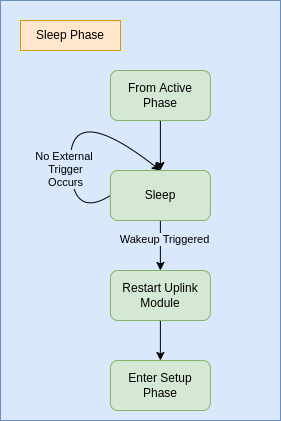
This is Diagrams/FSM/FSM_Sleep.png from albogdan/Thesis, a draw.io export, as it was before one commit. Source tidied: cells renumbered, new cells last; positions are measured from the earlier drawing's top-left corner, leaving out a move shared by most shapes. The source it was exported from:
```xml
<mxGraphModel>
  <root>
    <mxCell id="0" />
    <mxCell id="1" parent="0" />
    <mxCell id="2" style="rounded=0;whiteSpace=wrap;html=1;fillColor=#dae8fc;strokeColor=#6c8ebf;" parent="1" vertex="1">
      <mxGeometry width="280" height="420" as="geometry" />
    </mxCell>
    <mxCell id="3" value="Sleep Phase" style="text;html=1;strokeColor=#d79b00;fillColor=#ffe6cc;align=center;verticalAlign=middle;whiteSpace=wrap;rounded=0;perimeterSpacing=1;" parent="1" vertex="1">
      <mxGeometry x="20" y="20" width="100" height="30" as="geometry" />
    </mxCell>
    <mxCell id="4" style="edgeStyle=orthogonalEdgeStyle;curved=1;rounded=0;jettySize=auto;html=1;entryX=0.5;entryY=0;entryDx=0;entryDy=0;" parent="1" edge="1" source="5" target="11">
      <mxGeometry relative="1" as="geometry" />
    </mxCell>
    <mxCell id="5" value="Restart Uplink Module" style="rounded=1;whiteSpace=wrap;html=1;fillColor=#d5e8d4;strokeColor=#82b366;" parent="1" vertex="1">
      <mxGeometry x="109.9" y="270" width="100" height="50" as="geometry" />
    </mxCell>
    <mxCell id="6" style="endArrow=classic;html=1;rounded=0;curved=1;exitX=0;exitY=0.5;exitDx=0;exitDy=0;entryX=0.5;entryY=0;entryDx=0;entryDy=0;" parent="1" edge="1" source="10" target="10">
      <mxGeometry relative="1" as="geometry">
        <Array as="points">
          <mxPoint x="69.9" y="220" />
          <mxPoint x="69.9" y="100" />
        </Array>
      </mxGeometry>
    </mxCell>
    <mxCell id="7" value="No External &lt;br&gt;Trigger&lt;br&gt;Occurs" style="edgeLabel;html=1;align=center;verticalAlign=middle;labelBackgroundColor=#DAE8FC;" parent="6" vertex="1">
      <mxGeometry x="0.48" y="-8" relative="1" as="geometry">
        <mxPoint x="-33" y="37" as="offset" />
      </mxGeometry>
    </mxCell>
    <mxCell id="8" style="edgeStyle=orthogonalEdgeStyle;curved=1;rounded=0;jettySize=auto;html=1;exitX=0.5;exitY=1;exitDx=0;exitDy=0;entryX=0.5;entryY=0;entryDx=0;entryDy=0;" parent="1" edge="1" source="10" target="5">
      <mxGeometry relative="1" as="geometry" />
    </mxCell>
    <mxCell id="9" value="Wakeup Triggered" style="edgeLabel;html=1;align=center;verticalAlign=middle;points=[];labelBackgroundColor=#DAE8FC;" parent="8" vertex="1">
      <mxGeometry x="-0.25" y="1" relative="1" as="geometry">
        <mxPoint x="2" as="offset" />
      </mxGeometry>
    </mxCell>
    <mxCell id="10" value="Sleep" style="rounded=1;whiteSpace=wrap;html=1;fillColor=#d5e8d4;strokeColor=#82b366;" parent="1" vertex="1">
      <mxGeometry x="109.9" y="170" width="100" height="50" as="geometry" />
    </mxCell>
    <mxCell id="11" value="Enter Setup Phase" style="rounded=1;whiteSpace=wrap;html=1;fillColor=#d5e8d4;strokeColor=#82b366;" parent="1" vertex="1">
      <mxGeometry x="109.9" y="360" width="100" height="50" as="geometry" />
    </mxCell>
    <mxCell id="12" style="edgeStyle=orthogonalEdgeStyle;curved=1;rounded=0;jettySize=auto;html=1;entryX=0.5;entryY=0;entryDx=0;entryDy=0;" parent="1" edge="1" source="13" target="10">
      <mxGeometry relative="1" as="geometry" />
    </mxCell>
    <mxCell id="13" value="From Active Phase" style="rounded=1;whiteSpace=wrap;html=1;fillColor=#d5e8d4;strokeColor=#82b366;" parent="1" vertex="1">
      <mxGeometry x="109.9" y="70" width="100" height="50" as="geometry" />
    </mxCell>
  </root>
</mxGraphModel>
```
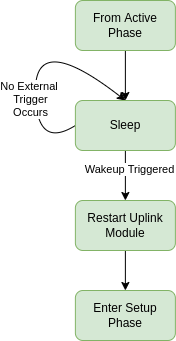
Above is the later version.

Diff of the diagram source:
```diff
@@ -2,50 +2,44 @@
   <root>
     <mxCell id="0" />
     <mxCell id="1" parent="0" />
-    <mxCell id="2" style="rounded=0;whiteSpace=wrap;html=1;fillColor=#dae8fc;strokeColor=#6c8ebf;" parent="1" vertex="1">
-      <mxGeometry width="280" height="420" as="geometry" />
+    <mxCell id="2" style="edgeStyle=orthogonalEdgeStyle;curved=1;rounded=0;jettySize=auto;html=1;entryX=0.5;entryY=0;entryDx=0;entryDy=0;" parent="1" edge="1" source="3" target="9">
+      <mxGeometry relative="1" as="geometry" />
     </mxCell>
-    <mxCell id="3" value="Sleep Phase" style="text;html=1;strokeColor=#d79b00;fillColor=#ffe6cc;align=center;verticalAlign=middle;whiteSpace=wrap;rounded=0;perimeterSpacing=1;" parent="1" vertex="1">
-      <mxGeometry x="20" y="20" width="100" height="30" as="geometry" />
+    <mxCell id="3" value="Restart Uplink Module" style="rounded=1;whiteSpace=wrap;html=1;fillColor=#d5e8d4;strokeColor=#82b366;" parent="1" vertex="1">
+      <mxGeometry x="2139.9" y="570" width="100" height="50" as="geometry" />
     </mxCell>
-    <mxCell id="4" style="edgeStyle=orthogonalEdgeStyle;curved=1;rounded=0;jettySize=auto;html=1;entryX=0.5;entryY=0;entryDx=0;entryDy=0;" parent="1" edge="1" source="5" target="11">
-      <mxGeometry relative="1" as="geometry" />
+    <mxCell id="4" style="endArrow=classic;html=1;rounded=0;curved=1;exitX=0;exitY=0.5;exitDx=0;exitDy=0;entryX=0.5;entryY=0;entryDx=0;entryDy=0;" parent="1" edge="1" source="8" target="8">
+      <mxGeometry relative="1" as="geometry">
+        <Array as="points">
+          <mxPoint x="2099.9" y="520" />
+          <mxPoint x="2099.9" y="400" />
+        </Array>
+      </mxGeometry>
     </mxCell>
-    <mxCell id="5" value="Restart Uplink Module" style="rounded=1;whiteSpace=wrap;html=1;fillColor=#d5e8d4;strokeColor=#82b366;" parent="1" vertex="1">
-      <mxGeometry x="109.9" y="270" width="100" height="50" as="geometry" />
+    <mxCell id="5" value="No External &lt;br&gt;Trigger&lt;br&gt;Occurs" style="edgeLabel;html=1;align=center;verticalAlign=middle;points=[];labelBackgroundColor=#FFFFFF;" parent="4" vertex="1">
+      <mxGeometry x="0.48" y="-8" relative="1" as="geometry">
+        <mxPoint x="-33" y="37" as="offset" />
+      </mxGeometry>
     </mxCell>
-    <mxCell id="6" style="endArrow=classic;html=1;rounded=0;curved=1;exitX=0;exitY=0.5;exitDx=0;exitDy=0;entryX=0.5;entryY=0;entryDx=0;entryDy=0;" parent="1" edge="1" source="10" target="10">
-      <mxGeometry relative="1" as="geometry">
-        <Array as="points">
-          <mxPoint x="69.9" y="220" />
-          <mxPoint x="69.9" y="100" />
-        </Array>
-      </mxGeometry>
+    <mxCell id="6" style="edgeStyle=orthogonalEdgeStyle;curved=1;rounded=0;jettySize=auto;html=1;exitX=0.5;exitY=1;exitDx=0;exitDy=0;entryX=0.5;entryY=0;entryDx=0;entryDy=0;" parent="1" edge="1" source="8" target="3">
+      <mxGeometry relative="1" as="geometry" />
     </mxCell>
-    <mxCell id="7" value="No External &lt;br&gt;Trigger&lt;br&gt;Occurs" style="edgeLabel;html=1;align=center;verticalAlign=middle;labelBackgroundColor=#DAE8FC;" parent="6" vertex="1">
-      <mxGeometry x="0.48" y="-8" relative="1" as="geometry">
-        <mxPoint x="-33" y="37" as="offset" />
+    <mxCell id="7" value="Wakeup Triggered" style="edgeLabel;html=1;align=center;verticalAlign=middle;labelBackgroundColor=#FFFFFF;" parent="6" vertex="1">
+      <mxGeometry x="-0.25" y="1" relative="1" as="geometry">
+        <mxPoint x="2" as="offset" />
       </mxGeometry>
     </mxCell>
-    <mxCell id="8" style="edgeStyle=orthogonalEdgeStyle;curved=1;rounded=0;jettySize=auto;html=1;exitX=0.5;exitY=1;exitDx=0;exitDy=0;entryX=0.5;entryY=0;entryDx=0;entryDy=0;" parent="1" edge="1" source="10" target="5">
-      <mxGeometry relative="1" as="geometry" />
+    <mxCell id="8" value="Sleep" style="rounded=1;whiteSpace=wrap;html=1;fillColor=#d5e8d4;strokeColor=#82b366;" parent="1" vertex="1">
+      <mxGeometry x="2139.9" y="470" width="100" height="50" as="geometry" />
     </mxCell>
-    <mxCell id="9" value="Wakeup Triggered" style="edgeLabel;html=1;align=center;verticalAlign=middle;points=[];labelBackgroundColor=#DAE8FC;" parent="8" vertex="1">
-      <mxGeometry x="-0.25" y="1" relative="1" as="geometry">
-        <mxPoint x="2" as="offset" />
-      </mxGeometry>
+    <mxCell id="9" value="Enter Setup Phase" style="rounded=1;whiteSpace=wrap;html=1;fillColor=#d5e8d4;strokeColor=#82b366;" parent="1" vertex="1">
+      <mxGeometry x="2139.9" y="660" width="100" height="50" as="geometry" />
     </mxCell>
-    <mxCell id="10" value="Sleep" style="rounded=1;whiteSpace=wrap;html=1;fillColor=#d5e8d4;strokeColor=#82b366;" parent="1" vertex="1">
-      <mxGeometry x="109.9" y="170" width="100" height="50" as="geometry" />
+    <mxCell id="10" style="edgeStyle=orthogonalEdgeStyle;curved=1;rounded=0;jettySize=auto;html=1;entryX=0.5;entryY=0;entryDx=0;entryDy=0;" parent="1" edge="1" source="11" target="8">
+      <mxGeometry relative="1" as="geometry" />
     </mxCell>
-    <mxCell id="11" value="Enter Setup Phase" style="rounded=1;whiteSpace=wrap;html=1;fillColor=#d5e8d4;strokeColor=#82b366;" parent="1" vertex="1">
-      <mxGeometry x="109.9" y="360" width="100" height="50" as="geometry" />
+    <mxCell id="11" value="From Active Phase" style="rounded=1;whiteSpace=wrap;html=1;fillColor=#d5e8d4;strokeColor=#82b366;" parent="1" vertex="1">
+      <mxGeometry x="2139.9" y="370" width="100" height="50" as="geometry" />
     </mxCell>
-    <mxCell id="12" style="edgeStyle=orthogonalEdgeStyle;curved=1;rounded=0;jettySize=auto;html=1;entryX=0.5;entryY=0;entryDx=0;entryDy=0;" parent="1" edge="1" source="13" target="10">
-      <mxGeometry relative="1" as="geometry" />
-    </mxCell>
-    <mxCell id="13" value="From Active Phase" style="rounded=1;whiteSpace=wrap;html=1;fillColor=#d5e8d4;strokeColor=#82b366;" parent="1" vertex="1">
-      <mxGeometry x="109.9" y="70" width="100" height="50" as="geometry" />
-    </mxCell>
   </root>
 </mxGraphModel>
```
